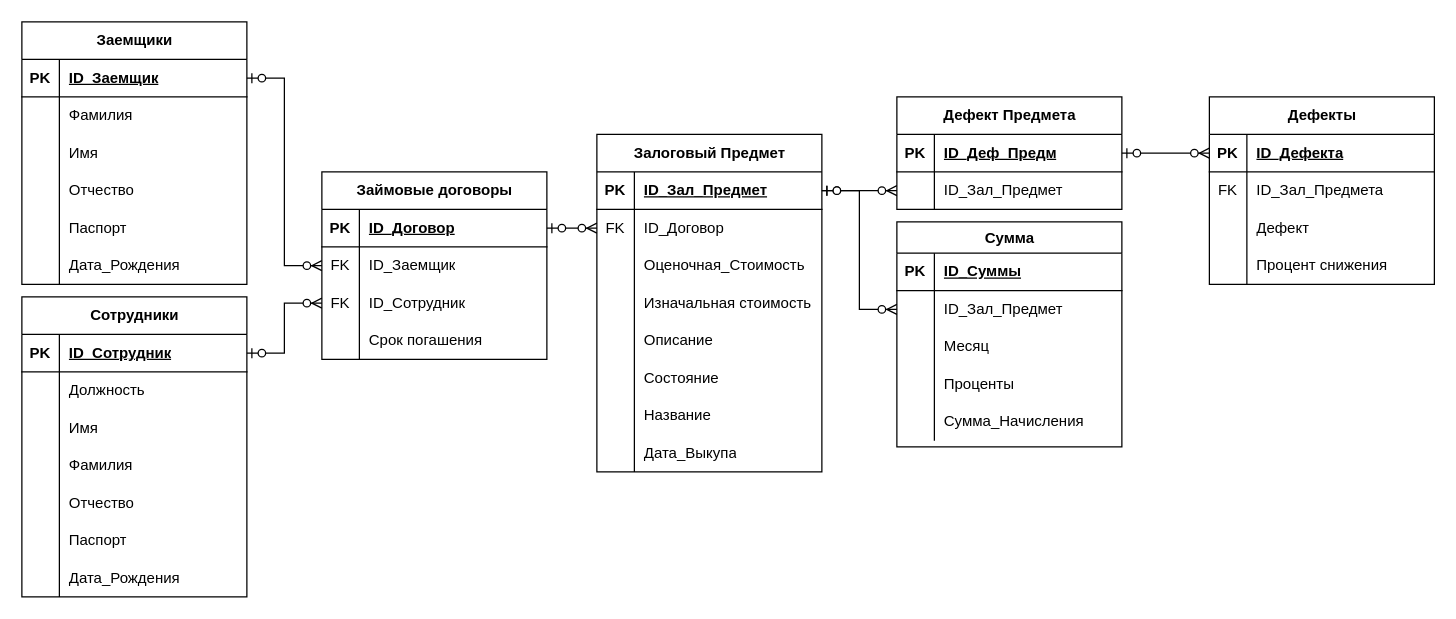
This is bsbd.drawio from 1DeMeNToR1/RocketModUpdater_32, a draw.io file, before an edit. Source tidied: cells renumbered, new cells numbered last; positions are measured from the earlier drawing's top-left corner, leaving out a move shared by most shapes. Both pictures are drawn from the tidied source at 125%, with x=0, y=0 at pixel (21, 21).
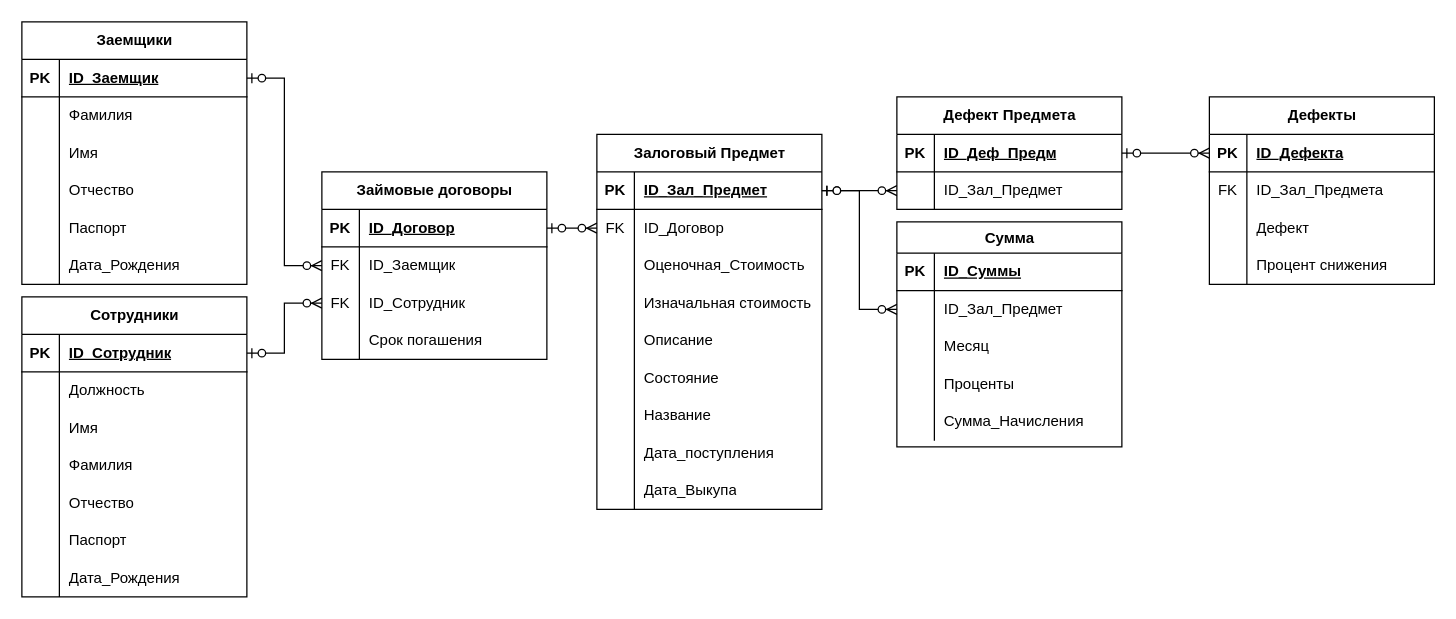
The same diagram, later.

The edit, as a diff of the source:
```diff
@@
     <mxCell id="58" value="Залоговый Предмет" style="shape=table;startSize=30;childLayout=tableLayout;rowLines=0;fontStyle=1;align=center;html=1;" parent="1" vertex="1">
-      <mxGeometry x="460" y="90" width="180" height="270" as="geometry" />
+      <mxGeometry x="460" y="90" width="180" height="300" as="geometry" />
     </mxCell>
@@
+    <mxCell id="123" style="shape=tableRow;horizontal=0;startSize=0;swimlaneHead=0;swimlaneBody=0;fillColor=none;top=0;left=0;right=0;bottom=0;" parent="58" vertex="1">
+      <mxGeometry y="240" width="180" height="30" as="geometry" />
+    </mxCell>
+    <mxCell id="124" style="shape=partialRectangle;fillColor=none;top=0;left=0;bottom=0;right=0;overflow=hidden;whiteSpace=wrap;html=1;" parent="123" vertex="1">
+      <mxGeometry width="30" height="30" as="geometry" />
+    </mxCell>
+    <mxCell id="125" value="Дата_поступления" style="shape=partialRectangle;fillColor=none;top=0;left=0;bottom=0;right=0;align=left;spacingLeft=6;overflow=hidden;whiteSpace=wrap;html=1;" parent="123" vertex="1">
+      <mxGeometry x="30" width="150" height="30" as="geometry" />
+    </mxCell>
     <mxCell id="80" style="shape=tableRow;horizontal=0;startSize=0;swimlaneHead=0;swimlaneBody=0;fillColor=none;top=0;left=0;right=0;bottom=0;" parent="58" vertex="1">
-      <mxGeometry y="240" width="180" height="30" as="geometry" />
+      <mxGeometry y="270" width="180" height="30" as="geometry" />
     </mxCell>
```
